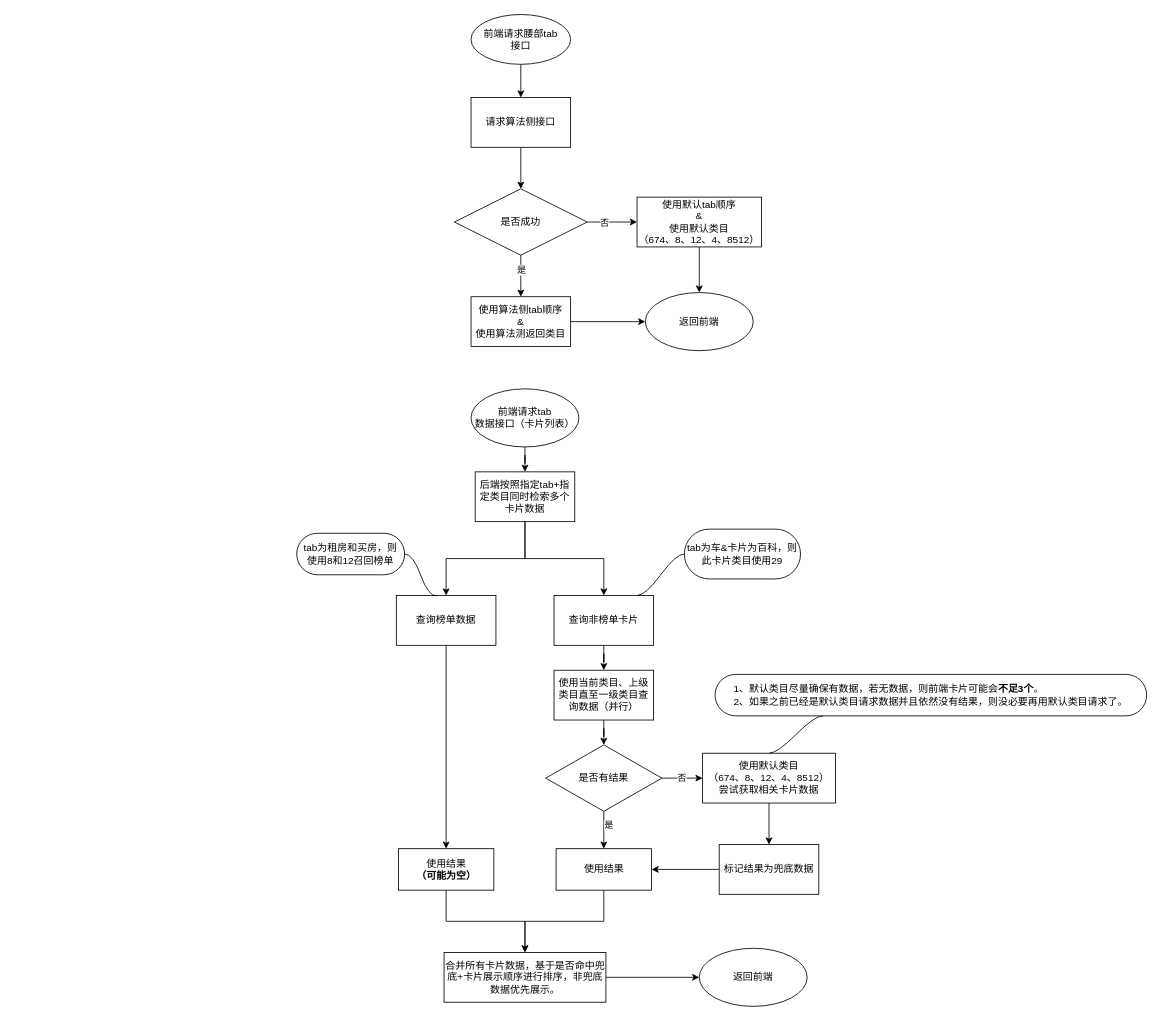
Before: 未命名绘图.drawio in 58social/tools, a draw.io diagram. Source tidied: cells renumbered, new cells numbered last; positions are measured from the earlier drawing's top-left corner, leaving out a move shared by most shapes. Both pictures are drawn from the tidied source at 83%, with x=0, y=0 at pixel (296, 14).
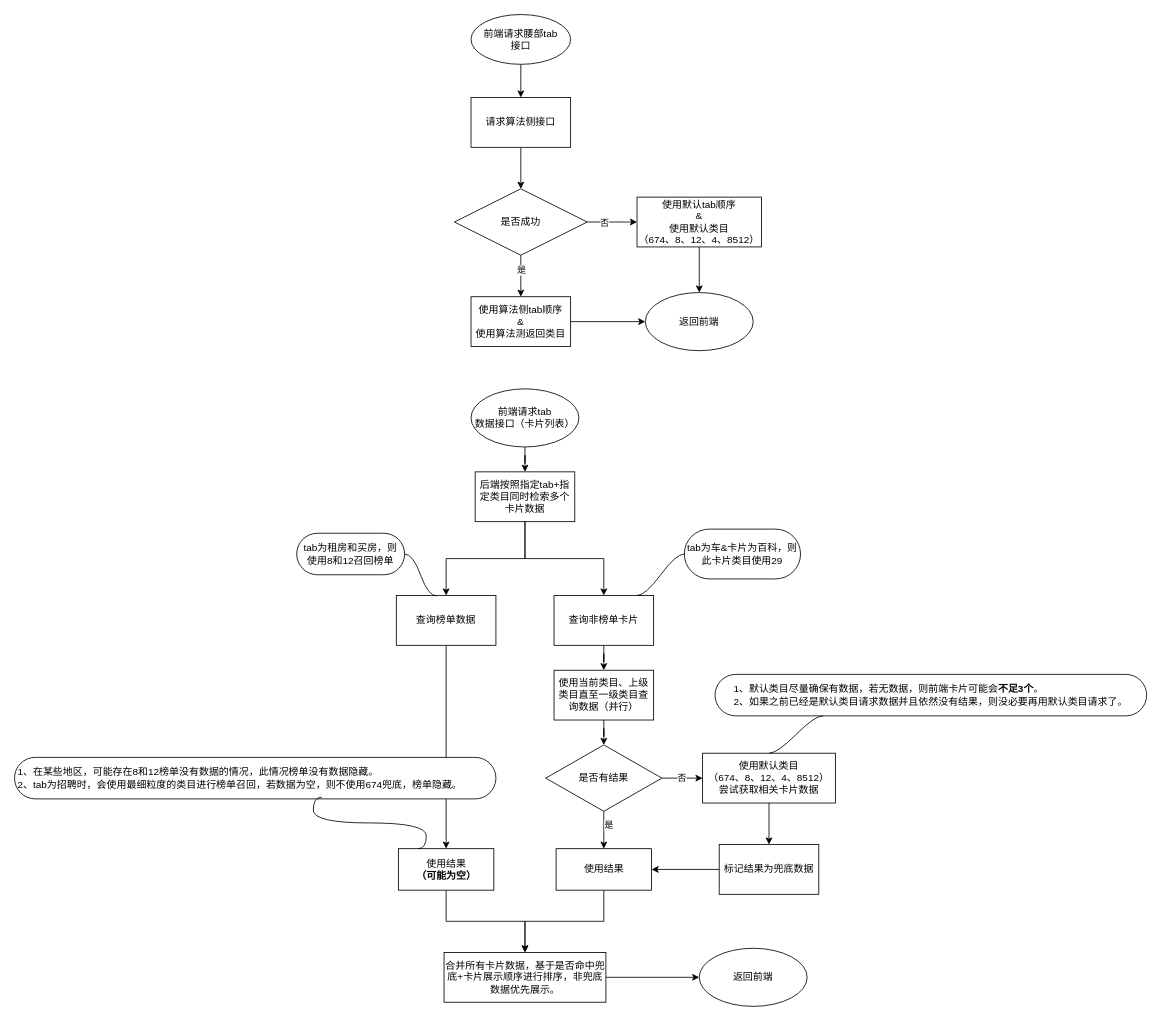
The same diagram, later.

Commit message (it also covers changes not shown here):
更新未命名绘图.drawio

Diff of the diagram source:
```diff
@@
+    <mxCell id="49" value="1、在某些地区，可能存在8和12榜单没有数据的情况，此情况榜单没有数据隐藏。&lt;br&gt;2、tab为招聘时，会使用最细粒度的类目进行榜单召回，若数据为空，则不使用674兜底，榜单隐藏。" style="whiteSpace=wrap;html=1;rounded=1;arcSize=50;align=left;verticalAlign=middle;strokeWidth=1;spacing=4;newEdgeStyle={&quot;edgeStyle&quot;:&quot;entityRelationEdgeStyle&quot;,&quot;startArrow&quot;:&quot;none&quot;,&quot;endArrow&quot;:&quot;none&quot;,&quot;segment&quot;:10,&quot;curved&quot;:1,&quot;sourcePerimeterSpacing&quot;:0,&quot;targetPerimeterSpacing&quot;:0};" parent="1" vertex="1">
+      <mxGeometry x="-340" y="895" width="580" height="50" as="geometry" />
+    </mxCell>
+    <mxCell id="50" style="edgeStyle=entityRelationEdgeStyle;startArrow=none;endArrow=none;segment=10;curved=1;sourcePerimeterSpacing=0;targetPerimeterSpacing=0;rounded=0;entryX=0.25;entryY=1;entryDx=0;entryDy=0;exitX=0.118;exitY=0.14;exitDx=0;exitDy=0;exitPerimeter=0;" parent="1" edge="1">
+      <mxGeometry relative="1" as="geometry">
+        <mxPoint x="146.1" y="1005" as="sourcePoint" />
+        <mxPoint x="30" y="943" as="targetPoint" />
+        <Array as="points">
+          <mxPoint x="160" y="1013" />
+          <mxPoint x="140" y="1003" />
+          <mxPoint x="40" y="1003" />
+          <mxPoint x="140" y="1013" />
+          <mxPoint x="160" y="993" />
+          <mxPoint x="40" y="1003" />
+          <mxPoint x="60" y="963" />
+          <mxPoint x="40" y="923" />
+        </Array>
+      </mxGeometry>
+    </mxCell>
```
